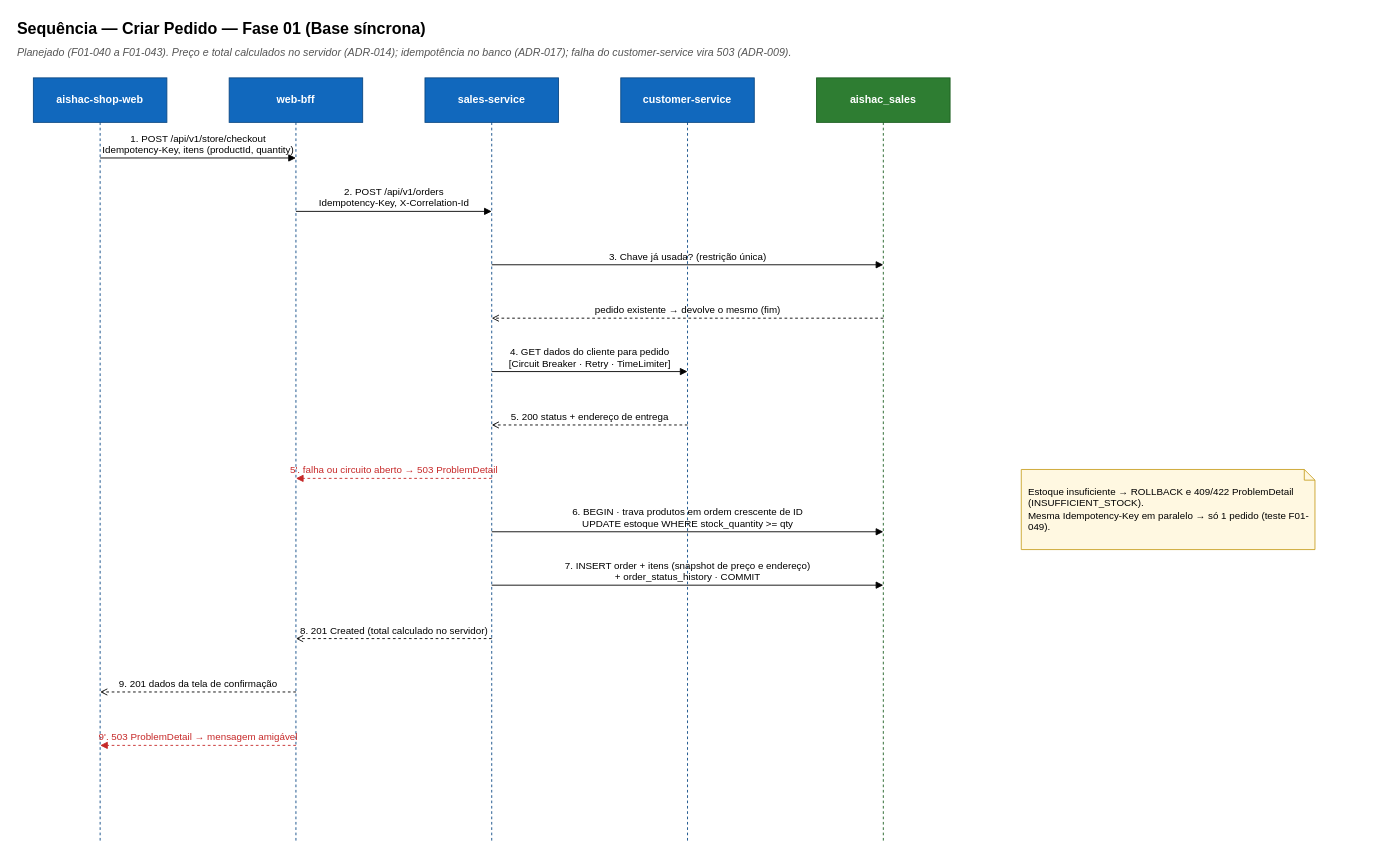
Above: page "Sequência — Criar Pedido" (6 of 14) of docs/evolucao/01-base-sincrona/aishac-shop.drawio in antonioishac/aishac-shop (draw.io), before the change. Source tidied: cells renumbered, new cells numbered last; positions are measured from the earlier drawing's top-left corner, leaving out a move shared by most shapes. Both pictures are drawn from the tidied source at 89%, with x=0, y=0 at pixel (15, 15).
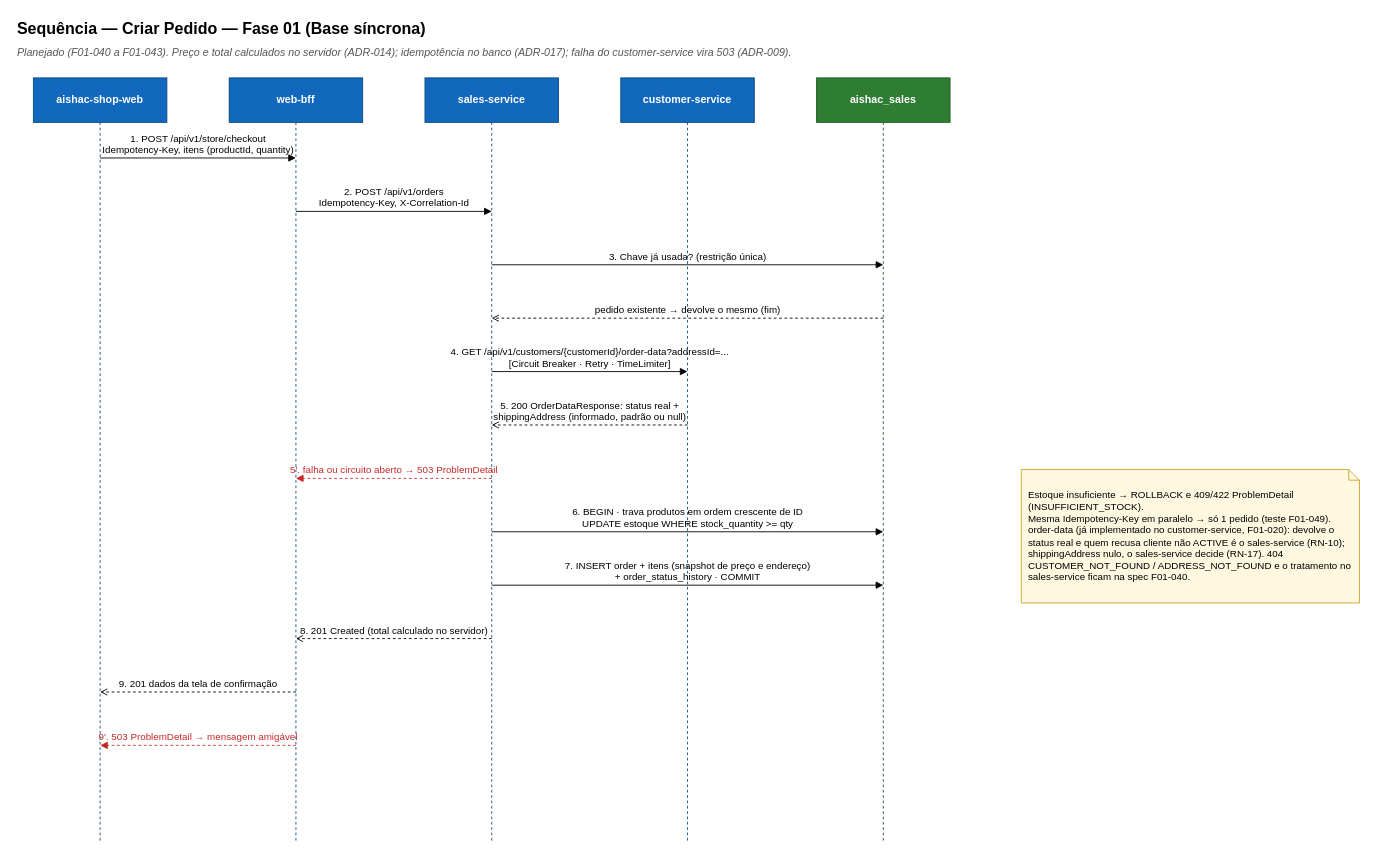
After the change.

Commit message (it also covers changes not shown here):
docs(customer): update diagram and ADRs for customer registration and close F01-020

Diff of the diagram source:
```diff
@@
-    <mxCell id="13" value="4. GET dados do cliente para pedido&lt;br&gt;[Circuit Breaker · Retry · TimeLimiter]" style="endArrow=block;endFill=1;html=1;rounded=0;fontSize=11;verticalAlign=bottom;labelBackgroundColor=none;" parent="1" edge="1">
+    <mxCell id="13" value="4. GET /api/v1/customers/{customerId}/order-data?addressId=...&lt;br&gt;[Circuit Breaker · Retry · TimeLimiter]" style="endArrow=block;endFill=1;html=1;rounded=0;fontSize=11;verticalAlign=bottom;labelBackgroundColor=none;" parent="1" edge="1">
       <mxGeometry relative="1" as="geometry">
         <mxPoint x="535" y="400" as="sourcePoint" />
         <mxPoint x="755" y="400" as="targetPoint" />
       </mxGeometry>
     </mxCell>
-    <mxCell id="14" value="5. 200 status + endereço de entrega" style="endArrow=open;endFill=0;html=1;rounded=0;dashed=1;fontSize=11;verticalAlign=bottom;labelBackgroundColor=none;" parent="1" edge="1">
+    <mxCell id="14" value="5. 200 OrderDataResponse: status real +&lt;br&gt;shippingAddress (informado, padrão ou null)" style="endArrow=open;endFill=0;html=1;rounded=0;dashed=1;fontSize=11;verticalAlign=bottom;labelBackgroundColor=none;" parent="1" edge="1">
       <mxGeometry relative="1" as="geometry">
         <mxPoint x="755" y="460" as="sourcePoint" />
         <mxPoint x="535" y="460" as="targetPoint" />
       </mxGeometry>
     </mxCell>
@@
-    <mxCell id="21" value="Estoque insuficiente → ROLLBACK e 409/422 ProblemDetail (INSUFFICIENT_STOCK).&lt;br&gt;Mesma Idempotency-Key em paralelo → só 1 pedido (teste F01-049)." style="shape=note;whiteSpace=wrap;html=1;size=12;fillColor=#FFF8E1;strokeColor=#C9A227;fontSize=11;align=left;spacingLeft=6;" parent="1" vertex="1">
-      <mxGeometry x="1130" y="510" width="330" height="90" as="geometry" />
+    <mxCell id="21" value="Estoque insuficiente → ROLLBACK e 409/422 ProblemDetail (INSUFFICIENT_STOCK).&lt;br&gt;Mesma Idempotency-Key em paralelo → só 1 pedido (teste F01-049).&lt;br&gt;order-data (já implementado no customer-service, F01-020): devolve o status real e quem recusa cliente não ACTIVE é o sales-service (RN-10); shippingAddress nulo, o sales-service decide (RN-17). 404 CUSTOMER_NOT_FOUND / ADDRESS_NOT_FOUND e o tratamento no sales-service ficam na spec F01-040." style="shape=note;whiteSpace=wrap;html=1;size=12;fillColor=#FFF8E1;strokeColor=#C9A227;fontSize=11;align=left;spacingLeft=6;" parent="1" vertex="1">
+      <mxGeometry x="1130" y="510" width="380" height="150" as="geometry" />
     </mxCell>
```
